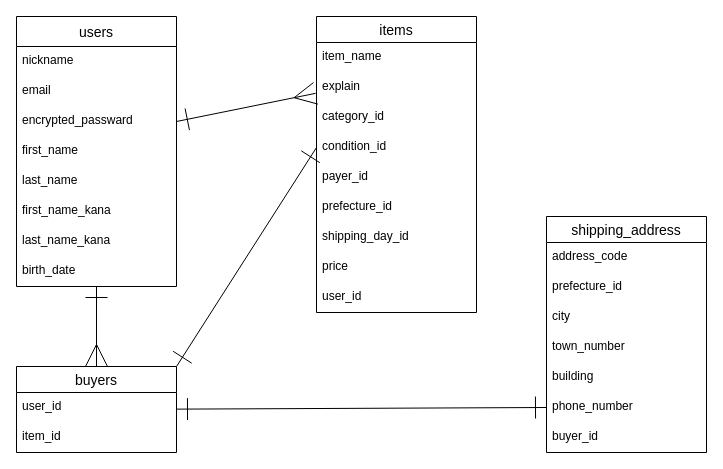
Earlier version of the draw.io diagram furima.dio (schweiz1snow/furima-36493). Source tidied: cells renumbered, new cells numbered last; positions are measured from the earlier drawing's top-left corner, leaving out a move shared by most shapes. Both pictures are drawn from the tidied source at 100%, with x=0, y=0 at pixel (16, 16).
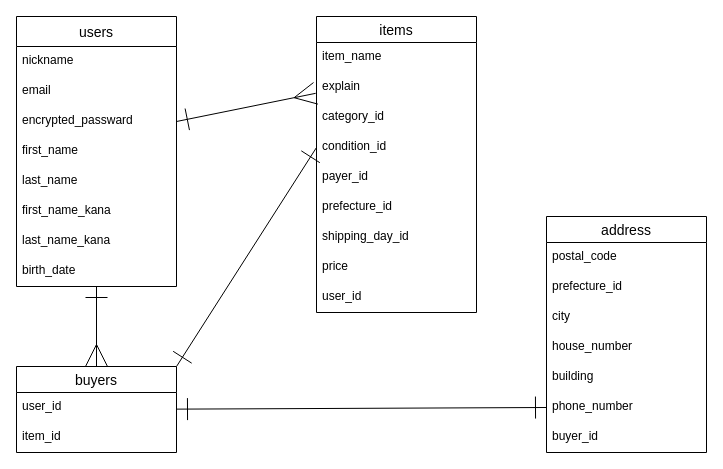
The same page after the edit.

The edit, as a diff of the source:
```diff
@@
-    <mxCell id="27" value="shipping_address" style="swimlane;fontStyle=0;horizontal=1;startSize=26;align=center;fontSize=14;" parent="1" vertex="1">
+    <mxCell id="27" value="address" style="swimlane;fontStyle=0;horizontal=1;startSize=26;align=center;fontSize=14;" parent="1" vertex="1">
       <mxGeometry x="530" y="200" width="160" height="236" as="geometry" />
     </mxCell>
-    <mxCell id="28" value="address_code" style="text;strokeColor=none;fillColor=none;spacingLeft=4;spacingRight=4;overflow=hidden;fontSize=12;" parent="27" vertex="1">
+    <mxCell id="28" value="postal_code" style="text;strokeColor=none;fillColor=none;spacingLeft=4;spacingRight=4;overflow=hidden;fontSize=12;" parent="27" vertex="1">
       <mxGeometry y="26" width="160" height="30" as="geometry" />
     </mxCell>
@@
-    <mxCell id="31" value="town_number" style="text;strokeColor=none;fillColor=none;spacingLeft=4;spacingRight=4;overflow=hidden;fontSize=12;" parent="27" vertex="1">
+    <mxCell id="31" value="house_number" style="text;strokeColor=none;fillColor=none;spacingLeft=4;spacingRight=4;overflow=hidden;fontSize=12;" parent="27" vertex="1">
       <mxGeometry y="116" width="160" height="30" as="geometry" />
     </mxCell>
```
